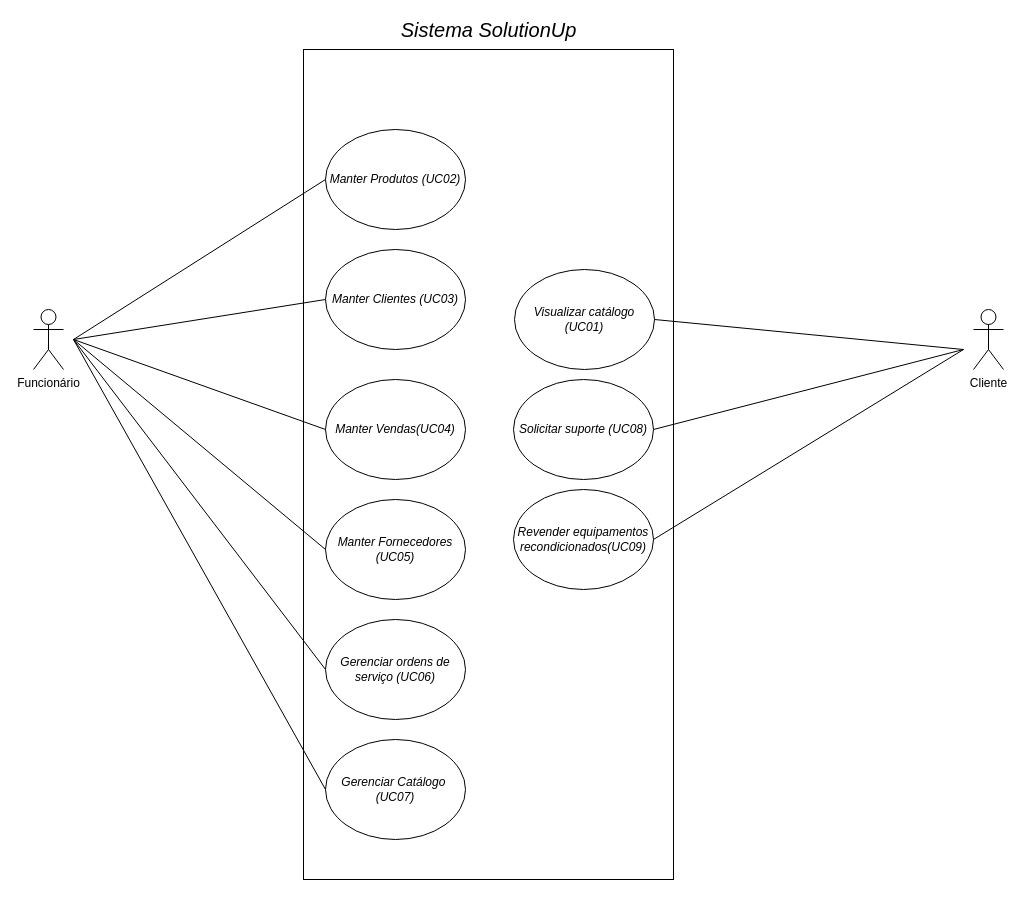
Above: 29-Mapeamento de Atores e Diagrama de Casos de Uso do Subsistema/SolutionUp_Diagrama de UCs.drawio in emersonsoaresdasilva/projeto-ope (draw.io), before the change. Source tidied: cells renumbered, new cells numbered last; positions are measured from the earlier drawing's top-left corner, leaving out a move shared by most shapes. Both pictures are drawn from the tidied source at 100%, with x=0, y=0 at pixel (33, 19).
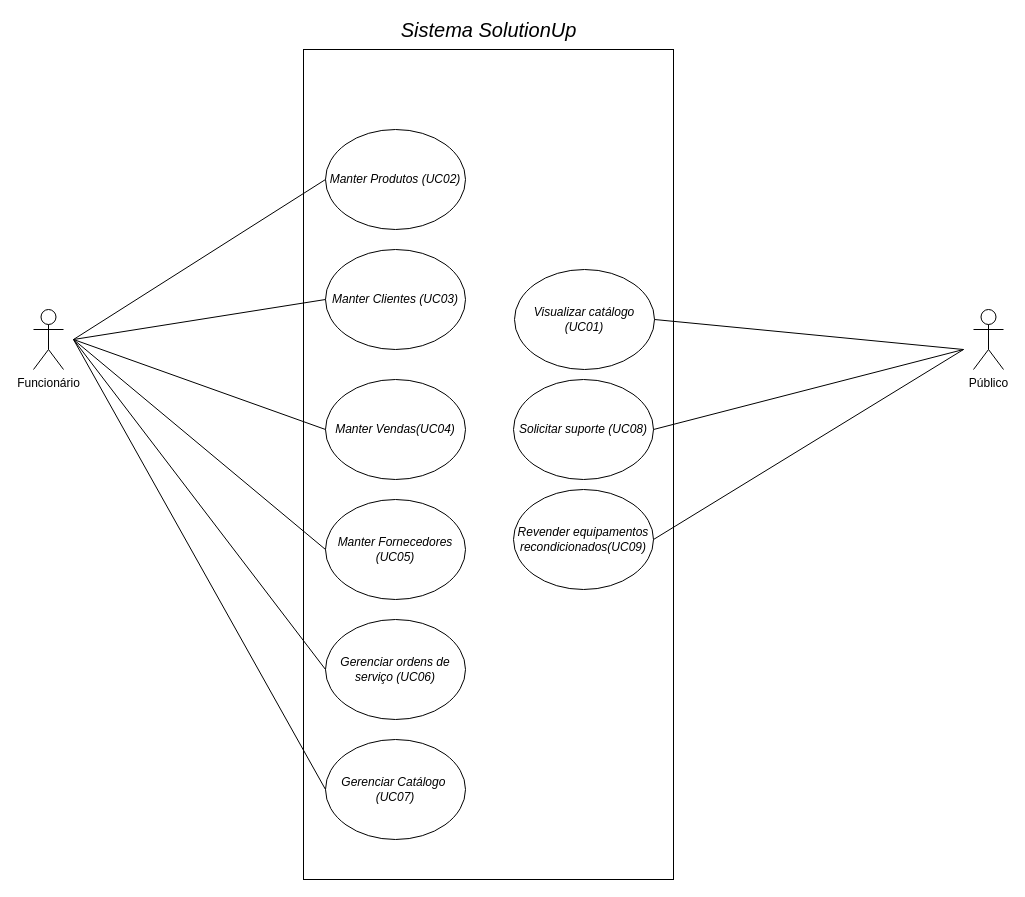
Above is the later version.

Commit message:
Trocando ator cliente para público

Change to the diagram source:
```diff
@@
-    <mxCell id="4" value="Cliente" style="shape=umlActor;verticalLabelPosition=bottom;verticalAlign=top;html=1;" parent="1" vertex="1">
+    <mxCell id="4" value="Público" style="shape=umlActor;verticalLabelPosition=bottom;verticalAlign=top;html=1;" parent="1" vertex="1">
       <mxGeometry x="940" y="290" width="30" height="60" as="geometry" />
     </mxCell>
```
